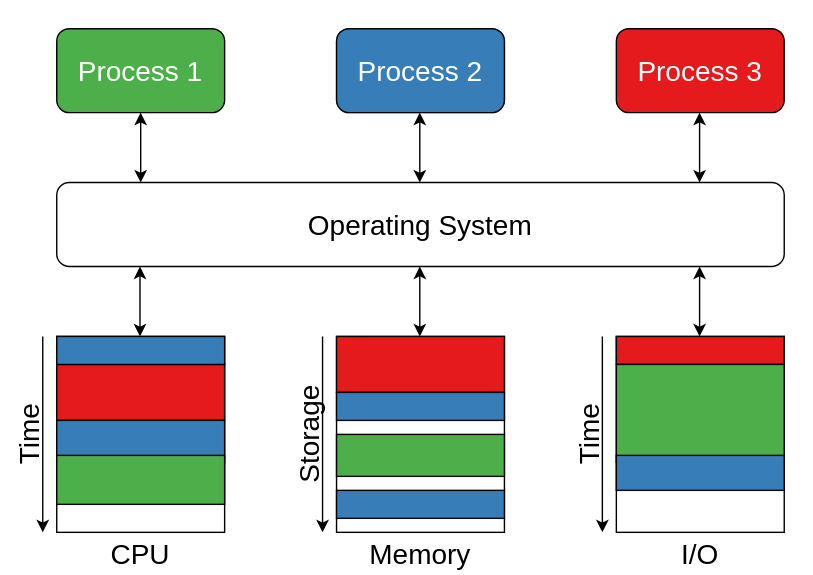
Above: content/chapters/compute/lecture/media/scheduling-overview.svg in VladNastase/operating-systems (draw.io), before the change. Source tidied: cells renumbered, new cells last; positions are measured from the earlier drawing's top-left corner, leaving out a move shared by most shapes.
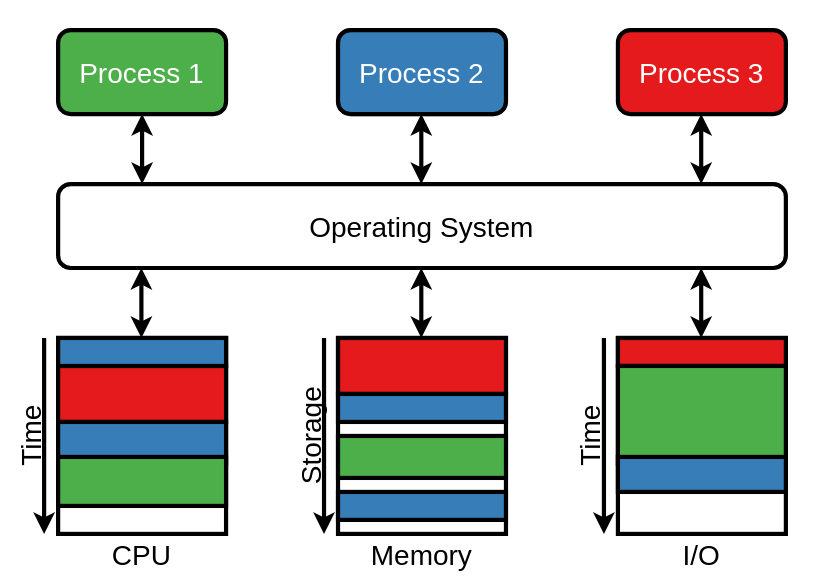
Later version of the same file.

Diff of the diagram source:
```diff
@@ -2,138 +2,138 @@
   <root>
     <mxCell id="0" />
     <mxCell id="1" parent="0" />
-    <mxCell id="2" style="rounded=1;whiteSpace=wrap;html=1;strokeColor=none;" parent="1" vertex="1">
+    <mxCell id="2" style="rounded=1;whiteSpace=wrap;html=1;strokeColor=none;strokeWidth=3;" parent="1" vertex="1">
       <mxGeometry x="10" width="580" height="410" as="geometry" />
     </mxCell>
-    <mxCell id="3" value="&lt;font style=&quot;font-size: 20px&quot;&gt;Process 1&lt;/font&gt;" style="rounded=1;whiteSpace=wrap;html=1;fillColor=#4daf4a;strokeColor=#000000;fontColor=#FFFFFF;" parent="1" vertex="1">
+    <mxCell id="3" value="&lt;font style=&quot;font-size: 20px&quot;&gt;Process 1&lt;/font&gt;" style="rounded=1;whiteSpace=wrap;html=1;fillColor=#4daf4a;strokeColor=#000000;fontColor=#FFFFFF;strokeWidth=3;" parent="1" vertex="1">
       <mxGeometry x="50" y="20" width="120" height="60" as="geometry" />
     </mxCell>
-    <mxCell id="4" value="&lt;font style=&quot;font-size: 20px&quot;&gt;Process 2&lt;/font&gt;" style="rounded=1;whiteSpace=wrap;html=1;fillColor=#bebada;strokeColor=#6c8ebf;" parent="1" vertex="1">
+    <mxCell id="4" value="&lt;font style=&quot;font-size: 20px&quot;&gt;Process 2&lt;/font&gt;" style="rounded=1;whiteSpace=wrap;html=1;fillColor=#bebada;strokeColor=#6c8ebf;strokeWidth=3;" parent="1" vertex="1">
       <mxGeometry x="250" y="20" width="120" height="60" as="geometry" />
     </mxCell>
-    <mxCell id="5" value="&lt;font style=&quot;font-size: 20px&quot;&gt;Process 3&lt;/font&gt;" style="rounded=1;whiteSpace=wrap;html=1;fillColor=#e41a1c;strokeColor=#000000;fontColor=#FFFFFF;" parent="1" vertex="1">
+    <mxCell id="5" value="&lt;font style=&quot;font-size: 20px&quot;&gt;Process 3&lt;/font&gt;" style="rounded=1;whiteSpace=wrap;html=1;fillColor=#e41a1c;strokeColor=#000000;fontColor=#FFFFFF;strokeWidth=3;" parent="1" vertex="1">
       <mxGeometry x="450" y="20" width="120" height="60" as="geometry" />
     </mxCell>
-    <mxCell id="6" value="&lt;font style=&quot;font-size: 20px&quot;&gt;Operating System&lt;/font&gt;" style="rounded=1;whiteSpace=wrap;html=1;" parent="1" vertex="1">
+    <mxCell id="6" value="&lt;font style=&quot;font-size: 20px&quot;&gt;Operating System&lt;/font&gt;" style="rounded=1;whiteSpace=wrap;html=1;strokeWidth=3;" parent="1" vertex="1">
       <mxGeometry x="50" y="130" width="520" height="60" as="geometry" />
     </mxCell>
-    <mxCell id="7" style="rounded=0;whiteSpace=wrap;html=1;" parent="1" vertex="1">
+    <mxCell id="7" style="rounded=0;whiteSpace=wrap;html=1;strokeWidth=3;" parent="1" vertex="1">
       <mxGeometry x="50" y="240" width="120" height="140" as="geometry" />
     </mxCell>
-    <mxCell id="8" style="rounded=0;whiteSpace=wrap;html=1;" parent="1" vertex="1">
+    <mxCell id="8" style="rounded=0;whiteSpace=wrap;html=1;strokeWidth=3;" parent="1" vertex="1">
       <mxGeometry x="250" y="240" width="120" height="140" as="geometry" />
     </mxCell>
-    <mxCell id="9" style="rounded=0;whiteSpace=wrap;html=1;" parent="1" vertex="1">
+    <mxCell id="9" style="rounded=0;whiteSpace=wrap;html=1;strokeWidth=3;" parent="1" vertex="1">
       <mxGeometry x="450" y="240" width="120" height="140" as="geometry" />
     </mxCell>
-    <mxCell id="10" style="endArrow=classic;startArrow=classic;html=1;rounded=0;entryX=0.5;entryY=1;entryDx=0;entryDy=0;" parent="1" edge="1" target="3">
+    <mxCell id="10" style="endArrow=classic;startArrow=classic;html=1;rounded=0;entryX=0.5;entryY=1;entryDx=0;entryDy=0;strokeWidth=3;" parent="1" edge="1" target="3">
       <mxGeometry relative="1" as="geometry">
         <mxPoint x="110" y="130" as="sourcePoint" />
       </mxGeometry>
     </mxCell>
-    <mxCell id="11" style="endArrow=classic;startArrow=classic;html=1;rounded=0;entryX=0.5;entryY=1;entryDx=0;entryDy=0;" parent="1" edge="1">
+    <mxCell id="11" style="endArrow=classic;startArrow=classic;html=1;rounded=0;entryX=0.5;entryY=1;entryDx=0;entryDy=0;strokeWidth=3;" parent="1" edge="1">
       <mxGeometry relative="1" as="geometry">
         <mxPoint x="309.5" y="130" as="sourcePoint" />
         <mxPoint x="309.5" y="80" as="targetPoint" />
       </mxGeometry>
     </mxCell>
-    <mxCell id="12" style="endArrow=classic;startArrow=classic;html=1;rounded=0;entryX=0.5;entryY=1;entryDx=0;entryDy=0;" parent="1" edge="1">
+    <mxCell id="12" style="endArrow=classic;startArrow=classic;html=1;rounded=0;entryX=0.5;entryY=1;entryDx=0;entryDy=0;strokeWidth=3;" parent="1" edge="1">
       <mxGeometry relative="1" as="geometry">
         <mxPoint x="509.5" y="130" as="sourcePoint" />
         <mxPoint x="509.5" y="80" as="targetPoint" />
       </mxGeometry>
     </mxCell>
-    <mxCell id="13" style="endArrow=classic;startArrow=classic;html=1;rounded=0;entryX=0.5;entryY=1;entryDx=0;entryDy=0;" parent="1" edge="1">
+    <mxCell id="13" style="endArrow=classic;startArrow=classic;html=1;rounded=0;entryX=0.5;entryY=1;entryDx=0;entryDy=0;strokeWidth=3;" parent="1" edge="1">
       <mxGeometry relative="1" as="geometry">
         <mxPoint x="109.5" y="240" as="sourcePoint" />
         <mxPoint x="109.5" y="190" as="targetPoint" />
       </mxGeometry>
     </mxCell>
-    <mxCell id="14" style="endArrow=classic;startArrow=classic;html=1;rounded=0;entryX=0.5;entryY=1;entryDx=0;entryDy=0;" parent="1" edge="1">
+    <mxCell id="14" style="endArrow=classic;startArrow=classic;html=1;rounded=0;entryX=0.5;entryY=1;entryDx=0;entryDy=0;strokeWidth=3;" parent="1" edge="1">
       <mxGeometry relative="1" as="geometry">
         <mxPoint x="309.5" y="240" as="sourcePoint" />
         <mxPoint x="309.5" y="190" as="targetPoint" />
       </mxGeometry>
     </mxCell>
-    <mxCell id="15" style="endArrow=classic;startArrow=classic;html=1;rounded=0;entryX=0.5;entryY=1;entryDx=0;entryDy=0;" parent="1" edge="1">
+    <mxCell id="15" style="endArrow=classic;startArrow=classic;html=1;rounded=0;entryX=0.5;entryY=1;entryDx=0;entryDy=0;strokeWidth=3;" parent="1" edge="1">
       <mxGeometry relative="1" as="geometry">
         <mxPoint x="509.5" y="240" as="sourcePoint" />
         <mxPoint x="509.5" y="190" as="targetPoint" />
       </mxGeometry>
     </mxCell>
-    <mxCell id="16" value="CPU" style="text;html=1;strokeColor=none;fillColor=none;align=center;verticalAlign=middle;whiteSpace=wrap;rounded=0;fontSize=20;" parent="1" vertex="1">
+    <mxCell id="16" value="CPU" style="text;html=1;strokeColor=none;fillColor=none;align=center;verticalAlign=middle;whiteSpace=wrap;rounded=0;fontSize=20;strokeWidth=3;" parent="1" vertex="1">
       <mxGeometry x="80" y="380" width="60" height="30" as="geometry" />
     </mxCell>
-    <mxCell id="17" value="Memory" style="text;html=1;strokeColor=none;fillColor=none;align=center;verticalAlign=middle;whiteSpace=wrap;rounded=0;fontSize=20;" parent="1" vertex="1">
+    <mxCell id="17" value="Memory" style="text;html=1;strokeColor=none;fillColor=none;align=center;verticalAlign=middle;whiteSpace=wrap;rounded=0;fontSize=20;strokeWidth=3;" parent="1" vertex="1">
       <mxGeometry x="275" y="380" width="70" height="30" as="geometry" />
     </mxCell>
-    <mxCell id="18" value="I/O" style="text;html=1;strokeColor=none;fillColor=none;align=center;verticalAlign=middle;whiteSpace=wrap;rounded=0;fontSize=20;" parent="1" vertex="1">
+    <mxCell id="18" value="I/O" style="text;html=1;strokeColor=none;fillColor=none;align=center;verticalAlign=middle;whiteSpace=wrap;rounded=0;fontSize=20;strokeWidth=3;" parent="1" vertex="1">
       <mxGeometry x="480" y="380" width="60" height="30" as="geometry" />
     </mxCell>
-    <mxCell id="19" style="endArrow=classic;html=1;rounded=0;fontSize=20;" parent="1" edge="1">
+    <mxCell id="19" style="endArrow=classic;html=1;rounded=0;fontSize=20;strokeWidth=3;" parent="1" edge="1">
       <mxGeometry relative="1" as="geometry">
         <mxPoint x="40" y="240" as="sourcePoint" />
         <mxPoint x="40" y="380" as="targetPoint" />
       </mxGeometry>
     </mxCell>
-    <mxCell id="20" value="Time" style="text;html=1;strokeColor=none;fillColor=none;align=center;verticalAlign=middle;whiteSpace=wrap;rounded=0;fontSize=20;rotation=-90;" parent="1" vertex="1">
+    <mxCell id="20" value="Time" style="text;html=1;strokeColor=none;fillColor=none;align=center;verticalAlign=middle;whiteSpace=wrap;rounded=0;fontSize=20;rotation=-90;strokeWidth=3;" parent="1" vertex="1">
       <mxGeometry y="295" width="60" height="30" as="geometry" />
     </mxCell>
-    <mxCell id="21" style="rounded=0;whiteSpace=wrap;html=1;fontSize=20;strokeColor=#6c8ebf;fillColor=#bebada;" parent="1" vertex="1">
+    <mxCell id="21" style="rounded=0;whiteSpace=wrap;html=1;fontSize=20;strokeColor=#6c8ebf;fillColor=#bebada;strokeWidth=3;" parent="1" vertex="1">
       <mxGeometry x="50" y="240" width="120" height="20" as="geometry" />
     </mxCell>
-    <mxCell id="22" style="rounded=0;whiteSpace=wrap;html=1;fontSize=20;strokeColor=#000000;fillColor=#e41a1c;" parent="1" vertex="1">
+    <mxCell id="22" style="rounded=0;whiteSpace=wrap;html=1;fontSize=20;strokeColor=#000000;fillColor=#e41a1c;strokeWidth=3;" parent="1" vertex="1">
       <mxGeometry x="50" y="260" width="120" height="40" as="geometry" />
     </mxCell>
-    <mxCell id="23" style="rounded=0;whiteSpace=wrap;html=1;fontSize=20;strokeColor=#000000;fillColor=#377EB8;" parent="1" vertex="1">
+    <mxCell id="23" style="rounded=0;whiteSpace=wrap;html=1;fontSize=20;strokeColor=#000000;fillColor=#377EB8;strokeWidth=3;" parent="1" vertex="1">
       <mxGeometry x="50" y="300" width="120" height="30" as="geometry" />
     </mxCell>
-    <mxCell id="24" style="rounded=0;whiteSpace=wrap;html=1;fontSize=20;strokeColor=#000000;fillColor=#4daf4a;" parent="1" vertex="1">
+    <mxCell id="24" style="rounded=0;whiteSpace=wrap;html=1;fontSize=20;strokeColor=#000000;fillColor=#4daf4a;strokeWidth=3;" parent="1" vertex="1">
       <mxGeometry x="50" y="325" width="120" height="35" as="geometry" />
     </mxCell>
-    <mxCell id="25" style="rounded=0;whiteSpace=wrap;html=1;fontSize=20;strokeColor=#000000;fillColor=#e41a1c;" parent="1" vertex="1">
+    <mxCell id="25" style="rounded=0;whiteSpace=wrap;html=1;fontSize=20;strokeColor=#000000;fillColor=#e41a1c;strokeWidth=3;" parent="1" vertex="1">
       <mxGeometry x="450" y="240" width="120" height="20" as="geometry" />
     </mxCell>
-    <mxCell id="26" style="rounded=0;whiteSpace=wrap;html=1;fontSize=20;strokeColor=#000000;fillColor=#4daf4a;" parent="1" vertex="1">
+    <mxCell id="26" style="rounded=0;whiteSpace=wrap;html=1;fontSize=20;strokeColor=#000000;fillColor=#4daf4a;strokeWidth=3;" parent="1" vertex="1">
       <mxGeometry x="450" y="260" width="120" height="70" as="geometry" />
     </mxCell>
-    <mxCell id="27" style="rounded=0;whiteSpace=wrap;html=1;fontSize=20;strokeColor=#000000;fillColor=#377eb8;" parent="1" vertex="1">
+    <mxCell id="27" style="rounded=0;whiteSpace=wrap;html=1;fontSize=20;strokeColor=#000000;fillColor=#377eb8;strokeWidth=3;" parent="1" vertex="1">
       <mxGeometry x="450" y="325" width="120" height="25" as="geometry" />
     </mxCell>
-    <mxCell id="28" style="endArrow=classic;html=1;rounded=0;fontSize=20;" parent="1" edge="1">
+    <mxCell id="28" style="endArrow=classic;html=1;rounded=0;fontSize=20;strokeWidth=3;" parent="1" edge="1">
       <mxGeometry relative="1" as="geometry">
         <mxPoint x="440" y="240" as="sourcePoint" />
         <mxPoint x="440" y="380" as="targetPoint" />
       </mxGeometry>
     </mxCell>
-    <mxCell id="29" value="Time" style="text;html=1;strokeColor=none;fillColor=none;align=center;verticalAlign=middle;whiteSpace=wrap;rounded=0;fontSize=20;rotation=-90;" parent="1" vertex="1">
+    <mxCell id="29" value="Time" style="text;html=1;strokeColor=none;fillColor=none;align=center;verticalAlign=middle;whiteSpace=wrap;rounded=0;fontSize=20;rotation=-90;strokeWidth=3;" parent="1" vertex="1">
       <mxGeometry x="400" y="295" width="60" height="30" as="geometry" />
     </mxCell>
-    <mxCell id="30" style="endArrow=classic;html=1;rounded=0;fontSize=20;" parent="1" edge="1">
+    <mxCell id="30" style="endArrow=classic;html=1;rounded=0;fontSize=20;strokeWidth=3;" parent="1" edge="1">
       <mxGeometry relative="1" as="geometry">
         <mxPoint x="240" y="240" as="sourcePoint" />
         <mxPoint x="240" y="380" as="targetPoint" />
       </mxGeometry>
     </mxCell>
-    <mxCell id="31" value="&lt;div&gt;Storage&lt;/div&gt;" style="text;html=1;strokeColor=none;fillColor=none;align=center;verticalAlign=middle;whiteSpace=wrap;rounded=0;fontSize=20;rotation=-90;" parent="1" vertex="1">
+    <mxCell id="31" value="&lt;div&gt;Storage&lt;/div&gt;" style="text;html=1;strokeColor=none;fillColor=none;align=center;verticalAlign=middle;whiteSpace=wrap;rounded=0;fontSize=20;rotation=-90;strokeWidth=3;" parent="1" vertex="1">
       <mxGeometry x="200" y="295" width="60" height="30" as="geometry" />
     </mxCell>
-    <mxCell id="32" style="rounded=0;whiteSpace=wrap;html=1;fontSize=20;strokeColor=#000000;fillColor=#e41a1c;" parent="1" vertex="1">
+    <mxCell id="32" style="rounded=0;whiteSpace=wrap;html=1;fontSize=20;strokeColor=#000000;fillColor=#e41a1c;strokeWidth=3;" parent="1" vertex="1">
       <mxGeometry x="250" y="240" width="120" height="40" as="geometry" />
     </mxCell>
-    <mxCell id="33" style="rounded=0;whiteSpace=wrap;html=1;fontSize=20;strokeColor=#000000;fillColor=#377eb8;" parent="1" vertex="1">
+    <mxCell id="33" style="rounded=0;whiteSpace=wrap;html=1;fontSize=20;strokeColor=#000000;fillColor=#377eb8;strokeWidth=3;" parent="1" vertex="1">
       <mxGeometry x="250" y="280" width="120" height="20" as="geometry" />
     </mxCell>
-    <mxCell id="34" style="rounded=0;whiteSpace=wrap;html=1;fontSize=20;strokeColor=#000000;fillColor=#377eb8;" parent="1" vertex="1">
+    <mxCell id="34" style="rounded=0;whiteSpace=wrap;html=1;fontSize=20;strokeColor=#000000;fillColor=#377eb8;strokeWidth=3;" parent="1" vertex="1">
       <mxGeometry x="250" y="350" width="120" height="20" as="geometry" />
     </mxCell>
-    <mxCell id="35" style="rounded=0;whiteSpace=wrap;html=1;fontSize=20;strokeColor=#000000;fillColor=#4daf4a;" parent="1" vertex="1">
+    <mxCell id="35" style="rounded=0;whiteSpace=wrap;html=1;fontSize=20;strokeColor=#000000;fillColor=#4daf4a;strokeWidth=3;" parent="1" vertex="1">
       <mxGeometry x="250" y="310" width="120" height="30" as="geometry" />
     </mxCell>
-    <mxCell id="36" value="&lt;font style=&quot;font-size: 20px&quot;&gt;Process 2&lt;/font&gt;" style="rounded=1;whiteSpace=wrap;html=1;fillColor=#377eb8;strokeColor=#000000;fontColor=#FFFFFF;" parent="1" vertex="1">
+    <mxCell id="36" value="&lt;font style=&quot;font-size: 20px&quot;&gt;Process 2&lt;/font&gt;" style="rounded=1;whiteSpace=wrap;html=1;fillColor=#377eb8;strokeColor=#000000;fontColor=#FFFFFF;strokeWidth=3;" parent="1" vertex="1">
       <mxGeometry x="250" y="20" width="120" height="60" as="geometry" />
     </mxCell>
-    <mxCell id="37" style="rounded=0;whiteSpace=wrap;html=1;fontSize=20;strokeColor=#000000;fillColor=#377eb8;" parent="1" vertex="1">
+    <mxCell id="37" style="rounded=0;whiteSpace=wrap;html=1;fontSize=20;strokeColor=#000000;fillColor=#377eb8;strokeWidth=3;" parent="1" vertex="1">
       <mxGeometry x="50" y="240" width="120" height="20" as="geometry" />
     </mxCell>
   </root>
```
